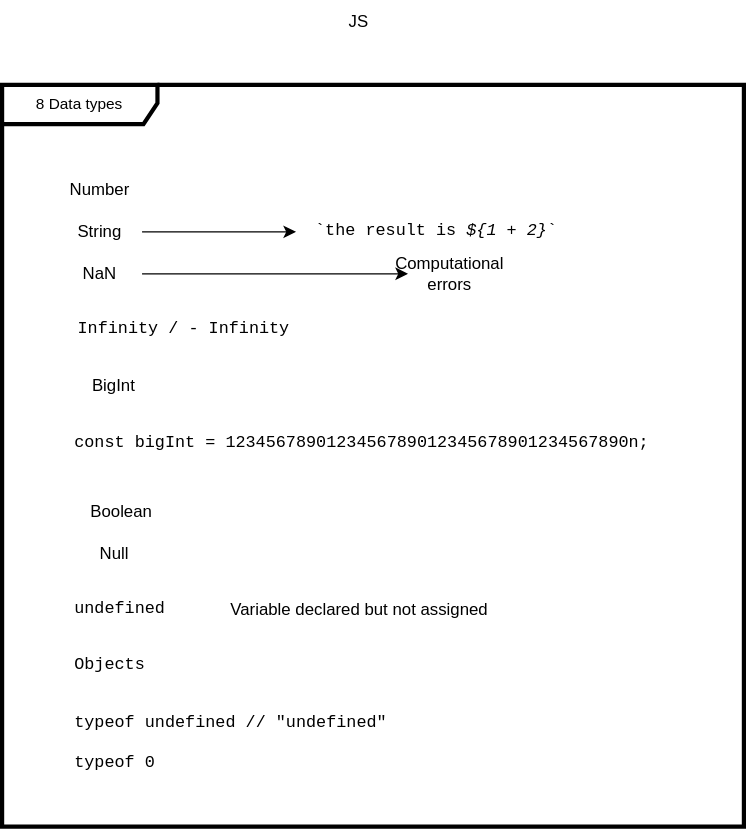
Earlier version of the draw.io export azure/fundamentals/js.drawio.svg (sunnybharne/draw.io). Source tidied: cells renumbered, new cells last; positions are measured from the earlier drawing's top-left corner, leaving out a move shared by most shapes. The source it was exported from:
```xml
<mxGraphModel>
  <root>
    <mxCell id="0" />
    <mxCell id="1" parent="0" />
    <mxCell id="2" value="JS" style="text;html=1;align=center;verticalAlign=middle;whiteSpace=wrap;rounded=0;" parent="1" vertex="1">
      <mxGeometry x="225" width="60" height="30" as="geometry" />
    </mxCell>
    <mxCell id="3" value="8 Data types" style="shape=umlFrame;whiteSpace=wrap;html=1;fontFamily=Helvetica;fontSize=11;fontColor=default;labelBackgroundColor=default;strokeWidth=3;width=111;height=28;strokeColor=default;align=center;verticalAlign=middle;fillColor=default;" parent="1" vertex="1">
      <mxGeometry y="60" width="530" height="530" as="geometry" />
    </mxCell>
    <mxCell id="4" value="Number" style="text;html=1;align=center;verticalAlign=middle;whiteSpace=wrap;rounded=0;" parent="1" vertex="1">
      <mxGeometry x="40" y="120" width="60" height="30" as="geometry" />
    </mxCell>
    <mxCell id="5" style="edgeStyle=orthogonalEdgeStyle;rounded=0;jettySize=auto;html=1;" parent="1" edge="1" source="6" target="13">
      <mxGeometry relative="1" as="geometry" />
    </mxCell>
    <mxCell id="6" value="String" style="text;html=1;align=center;verticalAlign=middle;whiteSpace=wrap;rounded=0;" parent="1" vertex="1">
      <mxGeometry x="40" y="150" width="60" height="30" as="geometry" />
    </mxCell>
    <mxCell id="7" style="edgeStyle=orthogonalEdgeStyle;rounded=0;jettySize=auto;html=1;" parent="1" edge="1" source="8" target="9">
      <mxGeometry relative="1" as="geometry" />
    </mxCell>
    <mxCell id="8" value="NaN" style="text;html=1;align=center;verticalAlign=middle;whiteSpace=wrap;rounded=0;" parent="1" vertex="1">
      <mxGeometry x="40" y="180" width="60" height="30" as="geometry" />
    </mxCell>
    <mxCell id="9" value="Computational errors" style="text;html=1;align=center;verticalAlign=middle;whiteSpace=wrap;rounded=0;" parent="1" vertex="1">
      <mxGeometry x="290" y="180" width="60" height="30" as="geometry" />
    </mxCell>
    <mxCell id="10" value="&lt;pre tabindex=&quot;0&quot; class=&quot;line-numbers language-javascript&quot;&gt;&lt;code class=&quot;language-javascript&quot;&gt;&lt;code class=&quot;token comment&quot;&gt;Infinity / &lt;/code&gt;&lt;/code&gt;&lt;code class=&quot;language-javascript&quot;&gt;&lt;code class=&quot;token comment&quot;&gt;- Infinity&lt;/code&gt;&lt;/code&gt;&lt;/pre&gt;" style="text;html=1;align=center;verticalAlign=middle;whiteSpace=wrap;rounded=0;" parent="1" vertex="1">
      <mxGeometry x="100" y="220" width="60" height="30" as="geometry" />
    </mxCell>
    <mxCell id="11" value="BigInt" style="text;html=1;align=center;verticalAlign=middle;whiteSpace=wrap;rounded=0;" parent="1" vertex="1">
      <mxGeometry x="50" y="260" width="60" height="30" as="geometry" />
    </mxCell>
    <mxCell id="12" value="&lt;pre class=&quot;line-numbers language-javascript&quot; tabindex=&quot;0&quot;&gt;&lt;code class=&quot;language-javascript&quot;&gt;&lt;code class=&quot;token keyword&quot;&gt;const&lt;/code&gt; bigInt &lt;code class=&quot;token operator&quot;&gt;=&lt;/code&gt; &lt;code class=&quot;token number&quot;&gt;1234567890123456789012345678901234567890n&lt;/code&gt;&lt;code class=&quot;token punctuation&quot;&gt;;&lt;/code&gt;&lt;/code&gt;&lt;/pre&gt;" style="text;whiteSpace=wrap;html=1;" parent="1" vertex="1">
      <mxGeometry x="50" y="290" width="440" height="60" as="geometry" />
    </mxCell>
    <mxCell id="13" value="&lt;pre tabindex=&quot;0&quot; class=&quot;line-numbers language-javascript&quot;&gt;&lt;code class=&quot;language-javascript&quot;&gt;&lt;code class=&quot;token template-string&quot;&gt;&lt;code class=&quot;token template-punctuation string&quot;&gt;`&lt;/code&gt;&lt;code class=&quot;token string&quot;&gt;the result is &lt;/code&gt;&lt;code class=&quot;token interpolation&quot;&gt;&lt;code class=&quot;token interpolation-punctuation punctuation&quot;&gt;&lt;em class=&quot;inline-highlight&quot;&gt;${&lt;/em&gt;&lt;/code&gt;&lt;em class=&quot;inline-highlight&quot;&gt;&lt;code class=&quot;token number&quot;&gt;1&lt;/code&gt; &lt;code class=&quot;token operator&quot;&gt;+&lt;/code&gt; &lt;code class=&quot;token number&quot;&gt;2&lt;/code&gt;&lt;code class=&quot;token interpolation-punctuation punctuation&quot;&gt;}&lt;/code&gt;&lt;/em&gt;&lt;/code&gt;&lt;code class=&quot;token template-punctuation string&quot;&gt;`&lt;/code&gt;&lt;/code&gt;&lt;/code&gt;&lt;/pre&gt;" style="text;html=1;align=center;verticalAlign=middle;points=[];strokeColor=none;fillColor=none;" parent="1" vertex="1">
      <mxGeometry x="210" y="140" width="200" height="50" as="geometry" />
    </mxCell>
    <mxCell id="14" value="Boolean" style="text;html=1;align=center;verticalAlign=middle;strokeColor=none;fillColor=none;" parent="1" vertex="1">
      <mxGeometry x="50" y="350" width="70" height="30" as="geometry" />
    </mxCell>
    <mxCell id="15" value="Null" style="text;html=1;align=center;verticalAlign=middle;strokeColor=none;fillColor=none;" parent="1" vertex="1">
      <mxGeometry x="60" y="380" width="40" height="30" as="geometry" />
    </mxCell>
    <mxCell id="16" value="&lt;code&gt;undefined&lt;/code&gt;" style="text;whiteSpace=wrap;html=1;" parent="1" vertex="1">
      <mxGeometry x="50" y="420" width="100" height="40" as="geometry" />
    </mxCell>
    <mxCell id="17" value="Variable declared but not assigned" style="text;html=1;align=center;verticalAlign=middle;strokeColor=none;fillColor=none;" parent="1" vertex="1">
      <mxGeometry x="150" y="420" width="210" height="30" as="geometry" />
    </mxCell>
    <mxCell id="18" value="&lt;code&gt;Objects&lt;/code&gt;" style="text;whiteSpace=wrap;html=1;" parent="1" vertex="1">
      <mxGeometry x="50" y="460" width="100" height="40" as="geometry" />
    </mxCell>
    <mxCell id="19" value="&lt;pre class=&quot;line-numbers language-javascript&quot; tabindex=&quot;0&quot;&gt;&lt;code class=&quot;language-javascript&quot;&gt;&lt;code class=&quot;token keyword&quot;&gt;typeof&lt;/code&gt; &lt;code class=&quot;token keyword&quot;&gt;undefined&lt;/code&gt; &lt;code class=&quot;token comment&quot;&gt;// &quot;undefined&quot;&lt;/code&gt;&#10;&#10;&lt;code class=&quot;token keyword&quot;&gt;typeof&lt;/code&gt; &lt;code class=&quot;token number&quot;&gt;0&lt;/code&gt;&lt;/code&gt;&lt;/pre&gt;" style="text;whiteSpace=wrap;html=1;" parent="1" vertex="1">
      <mxGeometry x="50" y="490" width="260" height="90" as="geometry" />
    </mxCell>
  </root>
</mxGraphModel>
```
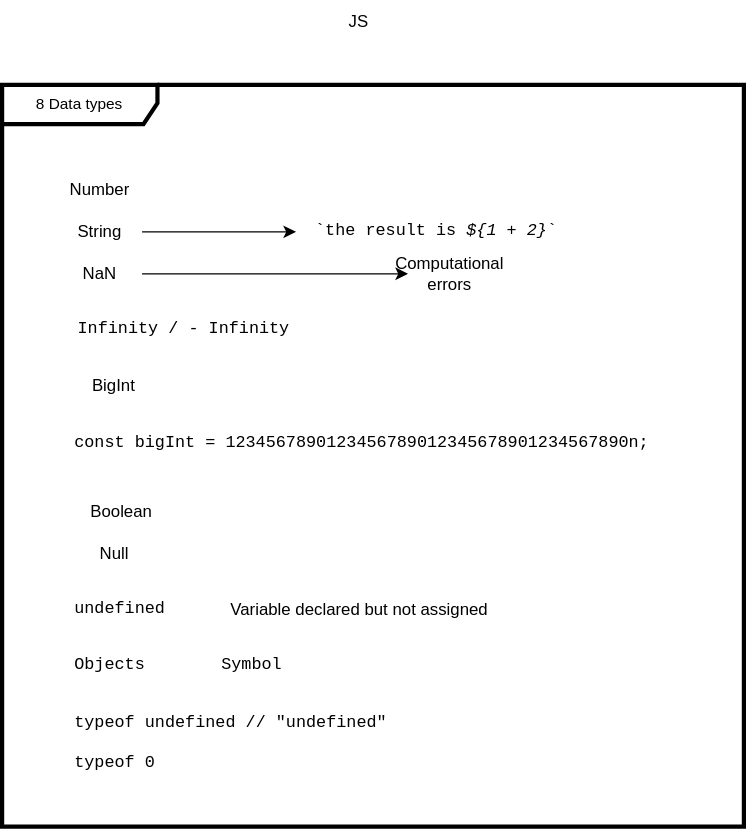
After the commit.

The edit, as a diff of the source:
```diff
@@ -56,5 +56,8 @@
     <mxCell id="19" value="&lt;pre class=&quot;line-numbers language-javascript&quot; tabindex=&quot;0&quot;&gt;&lt;code class=&quot;language-javascript&quot;&gt;&lt;code class=&quot;token keyword&quot;&gt;typeof&lt;/code&gt; &lt;code class=&quot;token keyword&quot;&gt;undefined&lt;/code&gt; &lt;code class=&quot;token comment&quot;&gt;// &quot;undefined&quot;&lt;/code&gt;&#10;&#10;&lt;code class=&quot;token keyword&quot;&gt;typeof&lt;/code&gt; &lt;code class=&quot;token number&quot;&gt;0&lt;/code&gt;&lt;/code&gt;&lt;/pre&gt;" style="text;whiteSpace=wrap;html=1;" parent="1" vertex="1">
       <mxGeometry x="50" y="490" width="260" height="90" as="geometry" />
     </mxCell>
+    <mxCell id="20" value="&lt;code&gt;Symbol&lt;/code&gt;" style="text;whiteSpace=wrap;html=1;" parent="1" vertex="1">
+      <mxGeometry x="155" y="460" width="100" height="40" as="geometry" />
+    </mxCell>
   </root>
 </mxGraphModel>
```
